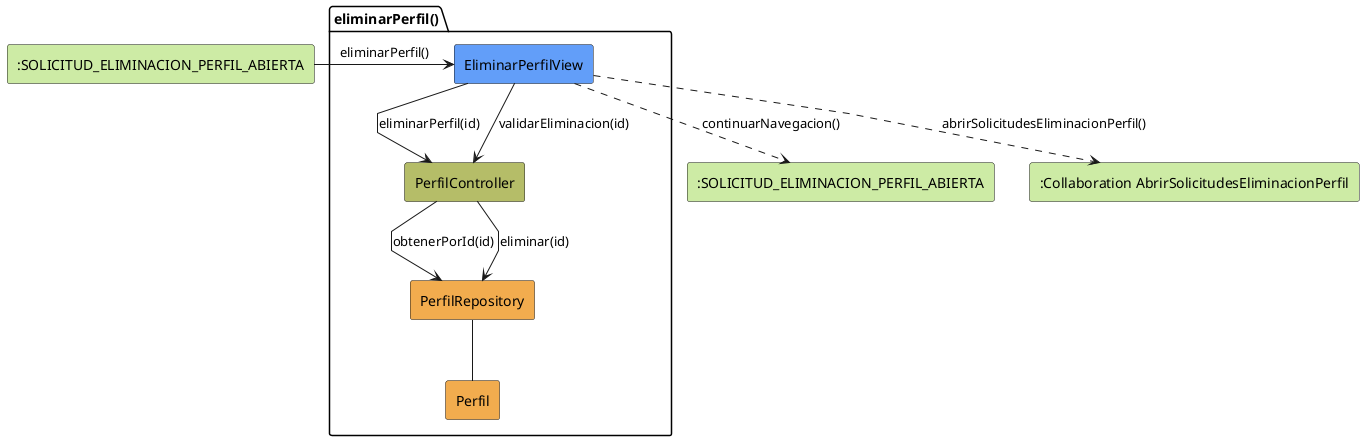
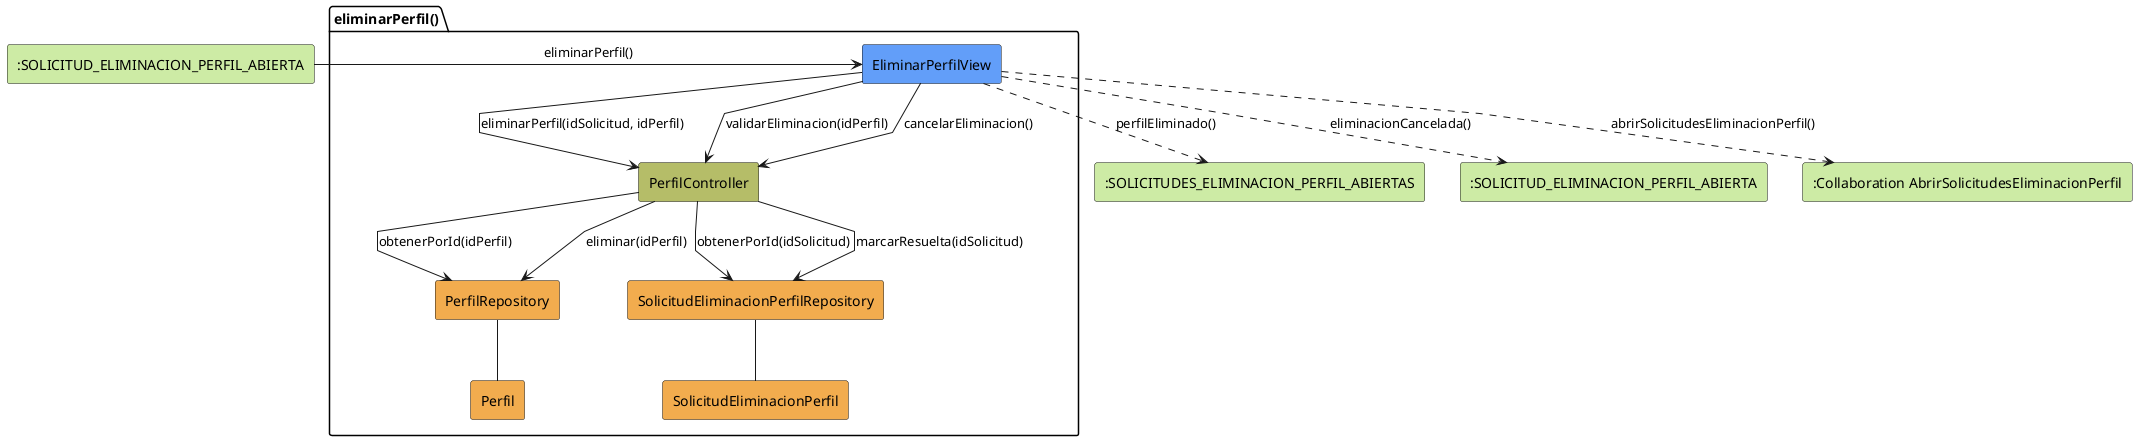
@startuml eliminarPerfil-analisis
skinparam linetype polyline

rectangle #CDEBA5 ":SOLICITUD_ELIMINACION_PERFIL_ABIERTA" as EstadoEntrada
package eliminarPerfil as "eliminarPerfil()" {
    rectangle #629EF9 EliminarPerfilView
    rectangle #b5bd68 PerfilController
    rectangle #F2AC4E PerfilRepository
    rectangle #F2AC4E Perfil
+     rectangle #F2AC4E SolicitudEliminacionPerfilRepository
+     rectangle #F2AC4E SolicitudEliminacionPerfil
}

- rectangle #CDEBA5 ":SOLICITUD_ELIMINACION_PERFIL_ABIERTA" as EstadoSalida
+ rectangle #CDEBA5 ":SOLICITUDES_ELIMINACION_PERFIL_ABIERTAS" as EstadoSalidaExitosa
+ rectangle #CDEBA5 ":SOLICITUD_ELIMINACION_PERFIL_ABIERTA" as EstadoSalidaCancelada
rectangle #CDEBA5 ":Collaboration AbrirSolicitudesEliminacionPerfil" as AbrirSolicitudesEliminacionPerfil

EstadoEntrada -r-> EliminarPerfilView: eliminarPerfil()

- EliminarPerfilView -d-> PerfilController: eliminarPerfil(id)
- EliminarPerfilView --> PerfilController: validarEliminacion(id)
- PerfilController --> PerfilRepository: obtenerPorId(id)
- PerfilController --> PerfilRepository: eliminar(id)
+ EliminarPerfilView -d-> PerfilController: eliminarPerfil(idSolicitud, idPerfil)
+ EliminarPerfilView --> PerfilController: validarEliminacion(idPerfil)
+ EliminarPerfilView --> PerfilController: cancelarEliminacion()
+ PerfilController --> SolicitudEliminacionPerfilRepository: obtenerPorId(idSolicitud)
+ PerfilController --> PerfilRepository: obtenerPorId(idPerfil)
+ PerfilController --> PerfilRepository: eliminar(idPerfil)
+ PerfilController --> SolicitudEliminacionPerfilRepository: marcarResuelta(idSolicitud)
PerfilRepository -- Perfil
- EliminarPerfilView ..> EstadoSalida: continuarNavegacion()
+ SolicitudEliminacionPerfilRepository -- SolicitudEliminacionPerfil
+ EliminarPerfilView ..> EstadoSalidaExitosa: perfilEliminado()
+ EliminarPerfilView ..> EstadoSalidaCancelada: eliminacionCancelada()
EliminarPerfilView ..> AbrirSolicitudesEliminacionPerfil: abrirSolicitudesEliminacionPerfil()

@enduml
